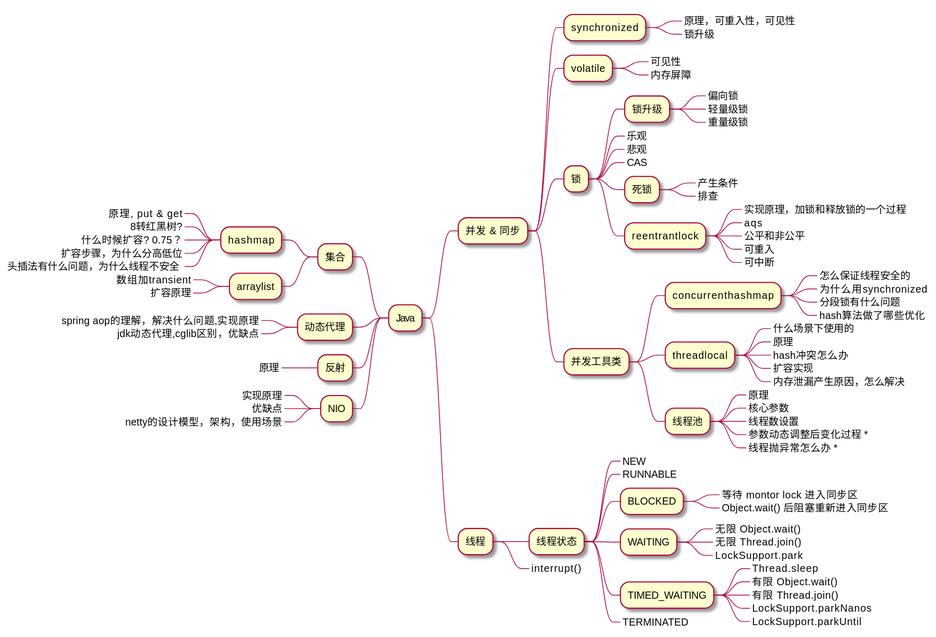
Earlier version of the PlantUML export assets/imgs/resume/java.svg (Gh0st99/Gh0st99.github.io).
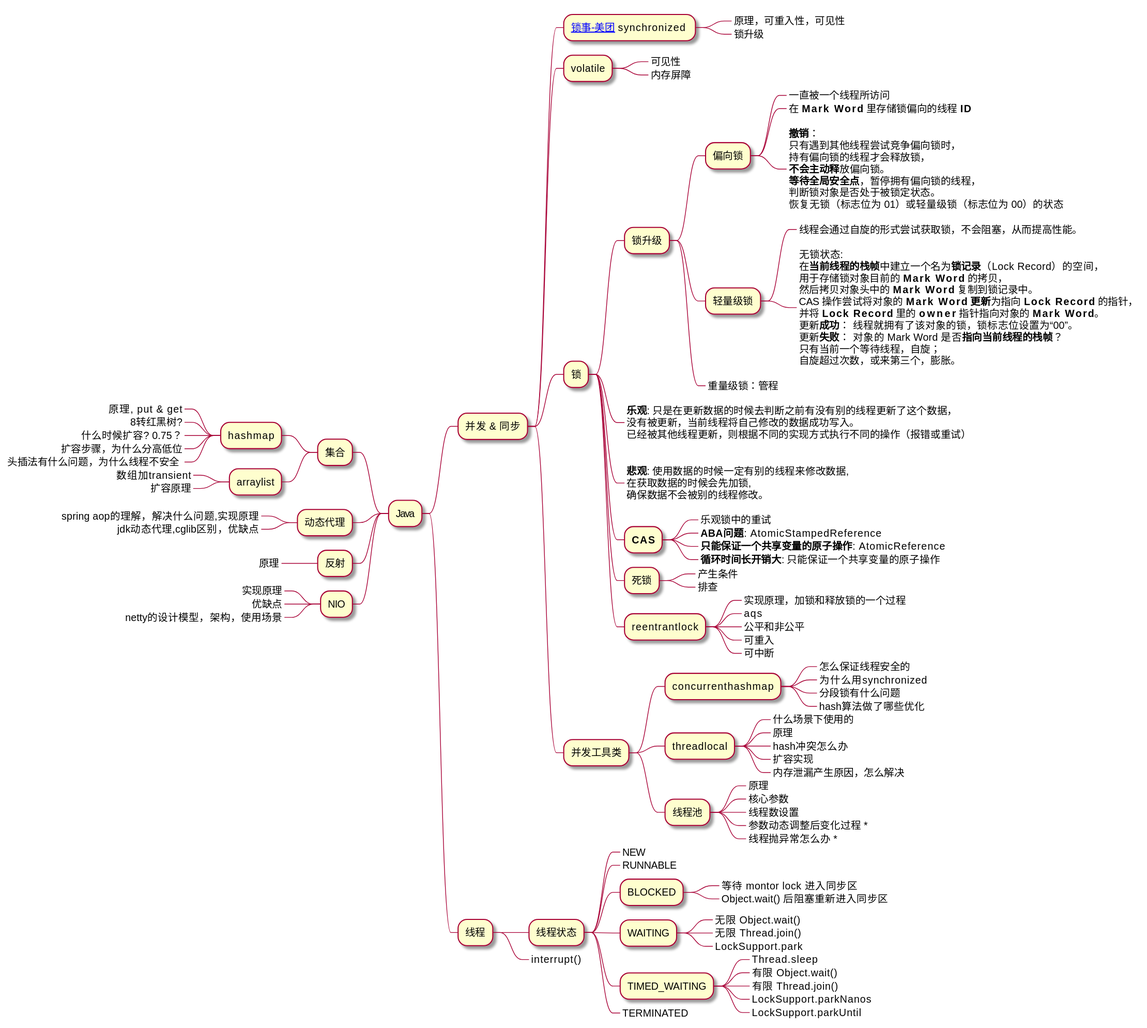
Later version of the same file.

Change to the diagram source:
```diff
@@ -3,7 +3,7 @@
 
 ** 并发 & 同步
 
-*** synchronized
+*** [[https://tech.meituan.com/2018/11/15/java-lock.html 锁事-美团]] synchronized
 ****_ 原理，可重入性，可见性
 ****_ 锁升级
 
@@ -13,13 +13,49 @@
 
 *** 锁
 **** 锁升级
-*****_ 偏向锁
-*****_ 轻量级锁
-*****_ 重量级锁
+***** 偏向锁
+******_ 一直被一个线程所访问
+******_ 在 **Mark Word** 里存储锁偏向的线程 **ID**
+******_:
+**撤销**：
+只有遇到其他线程尝试竞争偏向锁时，
+持有偏向锁的线程才会释放锁，
+**不会主动释**放偏向锁。
+**等待全局安全点**，暂停拥有偏向锁的线程，
+判断锁对象是否处于被锁定状态。
+恢复无锁（标志位为 01）或轻量级锁（标志位为 00）的状态
+;
+***** 轻量级锁
+******_ 线程会通过自旋的形式尝试获取锁，不会阻塞，从而提高性能。
+******_:
+无锁状态:
+在**当前线程的栈帧**中建立一个名为**锁记录**（Lock Record）的空间，
+用于存储锁对象目前的 **Mark Word** 的拷贝，
+然后拷贝对象头中的 **Mark Word** 复制到锁记录中。
+CAS 操作尝试将对象的 **Mark Word** **更新**为指向 **Lock Record** 的指针，
+并将 **Lock Record** 里的 **owner** 指针指向对象的 **Mark Word**。
+更新**成功**： 线程就拥有了该对象的锁，锁标志位设置为“00”。
+更新**失败**： 对象的 Mark Word 是否**指向当前线程的栈帧**？
+只有当前一个等待线程，自旋；
+自旋超过次数，或来第三个，膨胀。
+;
+*****_ 重量级锁：管程
 
-****_ 乐观
-****_ 悲观
-****_ CAS
+****_:
+**乐观**: 只是在更新数据的时候去判断之前有没有别的线程更新了这个数据，
+没有被更新，当前线程将自己修改的数据成功写入。
+已经被其他线程更新，则根据不同的实现方式执行不同的操作（报错或重试）
+;
+****_:
+**悲观**: 使用数据的时候一定有别的线程来修改数据,
+在获取数据的时候会先加锁,
+确保数据不会被别的线程修改。
+;
+**** **CAS**
+*****_ 乐观锁中的重试
+*****_ **ABA问题**: AtomicStampedReference
+*****_ **只能保证一个共享变量的原子操作**: AtomicReference
+*****_ **循环时间长开销大**: 只能保证一个共享变量的原子操作
 **** 死锁
 *****_ 产生条件
 *****_ 排查
```
